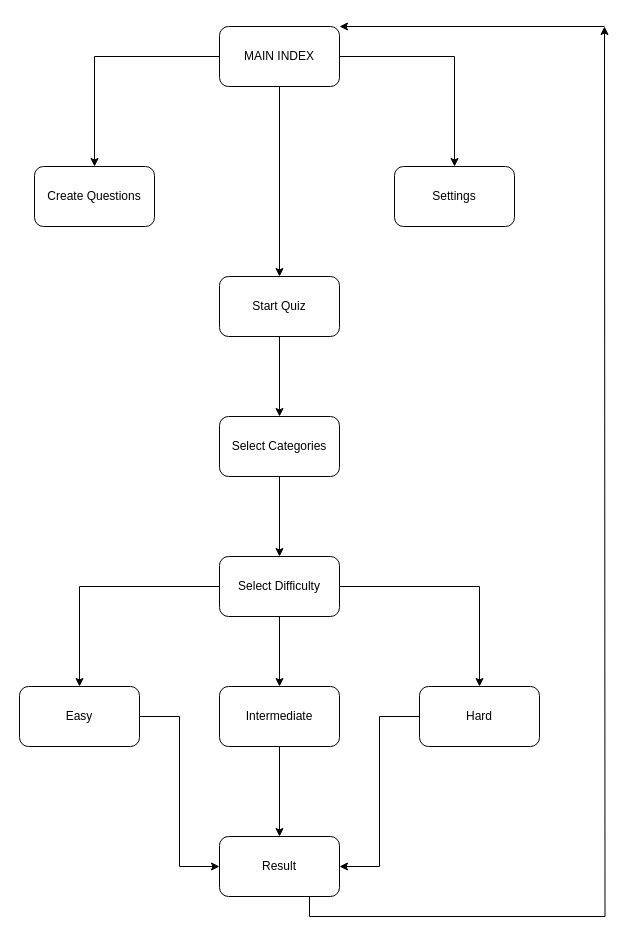
Above: Web-Flow-Diagram.drawio in Kreo141/Group1-302-JS (draw.io), before the change. Source tidied: cells renumbered, new cells numbered last; positions are measured from the earlier drawing's top-left corner, leaving out a move shared by most shapes. Both pictures are drawn from the tidied source at 100%, with x=0, y=0 at pixel (19, 26).
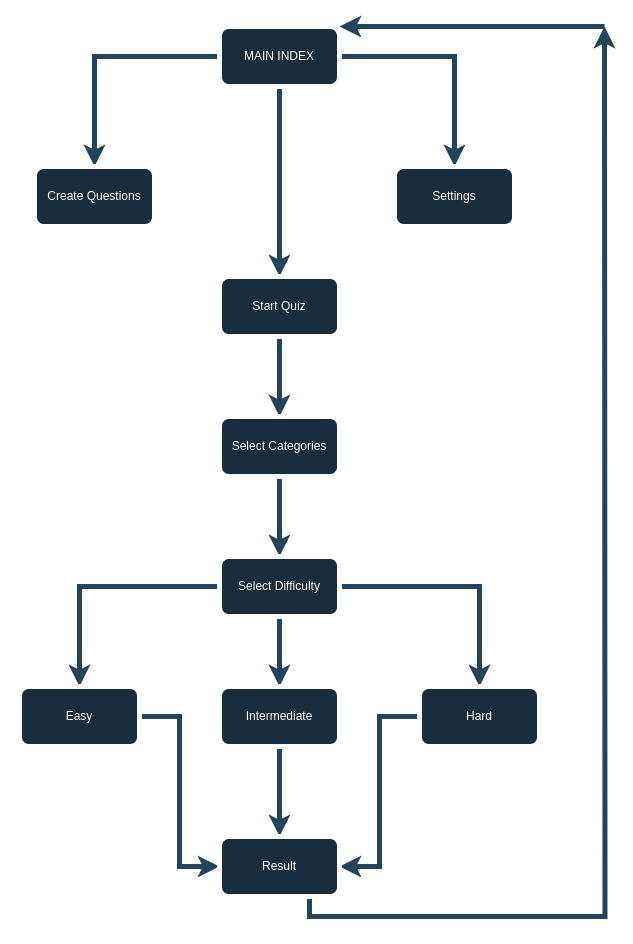
Above is the later version.

Diff of the diagram source:
```diff
@@
-    <mxCell id="2" style="edgeStyle=orthogonalEdgeStyle;rounded=0;jettySize=auto;html=1;" parent="1" edge="1" source="5" target="6">
+    <mxCell id="2" style="edgeStyle=orthogonalEdgeStyle;rounded=0;jettySize=auto;html=1;labelBackgroundColor=none;strokeColor=#23445D;fontColor=default;strokeWidth=5;" parent="1" edge="1" source="5" target="6">
       <mxGeometry relative="1" as="geometry" />
     </mxCell>
-    <mxCell id="3" style="edgeStyle=orthogonalEdgeStyle;rounded=0;jettySize=auto;html=1;" parent="1" edge="1" source="5" target="7">
+    <mxCell id="3" style="edgeStyle=orthogonalEdgeStyle;rounded=0;jettySize=auto;html=1;labelBackgroundColor=none;strokeColor=#23445D;fontColor=default;strokeWidth=5;" parent="1" edge="1" source="5" target="7">
       <mxGeometry relative="1" as="geometry" />
     </mxCell>
-    <mxCell id="4" style="edgeStyle=orthogonalEdgeStyle;rounded=0;jettySize=auto;html=1;" parent="1" edge="1" source="5" target="9">
+    <mxCell id="4" style="edgeStyle=orthogonalEdgeStyle;rounded=0;jettySize=auto;html=1;labelBackgroundColor=none;strokeColor=#23445D;fontColor=default;strokeWidth=5;" parent="1" edge="1" source="5" target="9">
       <mxGeometry relative="1" as="geometry" />
     </mxCell>
-    <mxCell id="5" value="MAIN INDEX" style="rounded=1;whiteSpace=wrap;html=1;strokeColor=#050505;" parent="1" vertex="1">
+    <mxCell id="5" value="MAIN INDEX" style="rounded=1;whiteSpace=wrap;html=1;strokeColor=#FFFFFF;labelBackgroundColor=none;fillColor=#182E3E;fontColor=#FFFFFF;strokeWidth=5;" parent="1" vertex="1">
       <mxGeometry x="200" width="120" height="60" as="geometry" />
     </mxCell>
-    <mxCell id="6" value="Create Questions" style="rounded=1;whiteSpace=wrap;html=1;strokeColor=#050505;" parent="1" vertex="1">
+    <mxCell id="6" value="Create Questions" style="rounded=1;whiteSpace=wrap;html=1;strokeColor=#FFFFFF;labelBackgroundColor=none;fillColor=#182E3E;fontColor=#FFFFFF;strokeWidth=5;" parent="1" vertex="1">
       <mxGeometry x="15" y="140" width="120" height="60" as="geometry" />
     </mxCell>
-    <mxCell id="7" value="Settings" style="whiteSpace=wrap;html=1;strokeColor=#050505;rounded=1;" parent="1" vertex="1">
+    <mxCell id="7" value="Settings" style="whiteSpace=wrap;html=1;strokeColor=#FFFFFF;rounded=1;labelBackgroundColor=none;fillColor=#182E3E;fontColor=#FFFFFF;strokeWidth=5;" parent="1" vertex="1">
       <mxGeometry x="375" y="140" width="120" height="60" as="geometry" />
     </mxCell>
-    <mxCell id="8" style="edgeStyle=orthogonalEdgeStyle;rounded=0;jettySize=auto;html=1;" parent="1" edge="1" source="9" target="11">
+    <mxCell id="8" style="edgeStyle=orthogonalEdgeStyle;rounded=0;jettySize=auto;html=1;labelBackgroundColor=none;strokeColor=#23445D;fontColor=default;strokeWidth=5;" parent="1" edge="1" source="9" target="11">
       <mxGeometry relative="1" as="geometry" />
     </mxCell>
-    <mxCell id="9" value="Start Quiz" style="rounded=1;whiteSpace=wrap;html=1;strokeColor=#050505;" parent="1" vertex="1">
+    <mxCell id="9" value="Start Quiz" style="rounded=1;whiteSpace=wrap;html=1;strokeColor=#FFFFFF;labelBackgroundColor=none;fillColor=#182E3E;fontColor=#FFFFFF;strokeWidth=5;" parent="1" vertex="1">
       <mxGeometry x="200" y="250" width="120" height="60" as="geometry" />
     </mxCell>
-    <mxCell id="10" style="edgeStyle=orthogonalEdgeStyle;rounded=0;jettySize=auto;html=1;" parent="1" edge="1" source="11" target="15">
+    <mxCell id="10" style="edgeStyle=orthogonalEdgeStyle;rounded=0;jettySize=auto;html=1;labelBackgroundColor=none;strokeColor=#23445D;fontColor=default;strokeWidth=5;" parent="1" edge="1" source="11" target="15">
       <mxGeometry relative="1" as="geometry" />
     </mxCell>
-    <mxCell id="11" value="Select Categories" style="rounded=1;whiteSpace=wrap;html=1;strokeColor=#050505;" parent="1" vertex="1">
+    <mxCell id="11" value="Select Categories" style="rounded=1;whiteSpace=wrap;html=1;strokeColor=#FFFFFF;labelBackgroundColor=none;fillColor=#182E3E;fontColor=#FFFFFF;strokeWidth=5;" parent="1" vertex="1">
       <mxGeometry x="200" y="390" width="120" height="60" as="geometry" />
     </mxCell>
-    <mxCell id="12" style="edgeStyle=orthogonalEdgeStyle;rounded=0;jettySize=auto;html=1;" parent="1" edge="1" source="15" target="17">
+    <mxCell id="12" style="edgeStyle=orthogonalEdgeStyle;rounded=0;jettySize=auto;html=1;labelBackgroundColor=none;strokeColor=#23445D;fontColor=default;strokeWidth=5;" parent="1" edge="1" source="15" target="17">
       <mxGeometry relative="1" as="geometry" />
     </mxCell>
-    <mxCell id="13" style="edgeStyle=orthogonalEdgeStyle;rounded=0;jettySize=auto;html=1;" parent="1" edge="1" source="15" target="19">
+    <mxCell id="13" style="edgeStyle=orthogonalEdgeStyle;rounded=0;jettySize=auto;html=1;labelBackgroundColor=none;strokeColor=#23445D;fontColor=default;strokeWidth=5;" parent="1" edge="1" source="15" target="19">
       <mxGeometry relative="1" as="geometry" />
     </mxCell>
-    <mxCell id="14" style="edgeStyle=orthogonalEdgeStyle;rounded=0;jettySize=auto;html=1;" parent="1" edge="1" source="15" target="21">
+    <mxCell id="14" style="edgeStyle=orthogonalEdgeStyle;rounded=0;jettySize=auto;html=1;labelBackgroundColor=none;strokeColor=#23445D;fontColor=default;strokeWidth=5;" parent="1" edge="1" source="15" target="21">
       <mxGeometry relative="1" as="geometry" />
     </mxCell>
-    <mxCell id="15" value="Select&amp;nbsp;&lt;span style=&quot;background-color: initial;&quot;&gt;Difficulty&lt;/span&gt;" style="rounded=1;whiteSpace=wrap;html=1;strokeColor=#050505;" parent="1" vertex="1">
+    <mxCell id="15" value="Select&amp;nbsp;&lt;span style=&quot;background-color: initial;&quot;&gt;Difficulty&lt;/span&gt;" style="rounded=1;whiteSpace=wrap;html=1;strokeColor=#FFFFFF;labelBackgroundColor=none;fillColor=#182E3E;fontColor=#FFFFFF;strokeWidth=5;" parent="1" vertex="1">
       <mxGeometry x="200" y="530" width="120" height="60" as="geometry" />
     </mxCell>
-    <mxCell id="16" style="edgeStyle=orthogonalEdgeStyle;rounded=0;jettySize=auto;html=1;" parent="1" edge="1" source="17" target="23">
+    <mxCell id="16" style="edgeStyle=orthogonalEdgeStyle;rounded=0;jettySize=auto;html=1;labelBackgroundColor=none;strokeColor=#23445D;fontColor=default;strokeWidth=5;" parent="1" edge="1" source="17" target="23">
       <mxGeometry relative="1" as="geometry" />
     </mxCell>
-    <mxCell id="17" value="Intermediate" style="rounded=1;whiteSpace=wrap;html=1;strokeColor=#050505;" parent="1" vertex="1">
+    <mxCell id="17" value="Intermediate" style="rounded=1;whiteSpace=wrap;html=1;strokeColor=#FFFFFF;labelBackgroundColor=none;fillColor=#182E3E;fontColor=#FFFFFF;strokeWidth=5;" parent="1" vertex="1">
       <mxGeometry x="200" y="660" width="120" height="60" as="geometry" />
     </mxCell>
-    <mxCell id="18" style="edgeStyle=orthogonalEdgeStyle;rounded=0;jettySize=auto;html=1;entryX=0;entryY=0.5;entryDx=0;entryDy=0;" parent="1" edge="1" source="19" target="23">
+    <mxCell id="18" style="edgeStyle=orthogonalEdgeStyle;rounded=0;jettySize=auto;html=1;entryX=0;entryY=0.5;entryDx=0;entryDy=0;labelBackgroundColor=none;strokeColor=#23445D;fontColor=default;strokeWidth=5;" parent="1" edge="1" source="19" target="23">
       <mxGeometry relative="1" as="geometry" />
     </mxCell>
-    <mxCell id="19" value="Easy" style="rounded=1;whiteSpace=wrap;html=1;strokeColor=#050505;" parent="1" vertex="1">
+    <mxCell id="19" value="Easy" style="rounded=1;whiteSpace=wrap;html=1;strokeColor=#FFFFFF;labelBackgroundColor=none;fillColor=#182E3E;fontColor=#FFFFFF;strokeWidth=5;" parent="1" vertex="1">
       <mxGeometry y="660" width="120" height="60" as="geometry" />
     </mxCell>
-    <mxCell id="20" style="edgeStyle=orthogonalEdgeStyle;rounded=0;jettySize=auto;html=1;entryX=1;entryY=0.5;entryDx=0;entryDy=0;" parent="1" edge="1" source="21" target="23">
+    <mxCell id="20" style="edgeStyle=orthogonalEdgeStyle;rounded=0;jettySize=auto;html=1;entryX=1;entryY=0.5;entryDx=0;entryDy=0;labelBackgroundColor=none;strokeColor=#23445D;fontColor=default;strokeWidth=5;" parent="1" edge="1" source="21" target="23">
       <mxGeometry relative="1" as="geometry" />
     </mxCell>
-    <mxCell id="21" value="Hard" style="rounded=1;whiteSpace=wrap;html=1;strokeColor=#050505;" parent="1" vertex="1">
+    <mxCell id="21" value="Hard" style="rounded=1;whiteSpace=wrap;html=1;strokeColor=#FFFFFF;labelBackgroundColor=none;fillColor=#182E3E;fontColor=#FFFFFF;strokeWidth=5;" parent="1" vertex="1">
       <mxGeometry x="400" y="660" width="120" height="60" as="geometry" />
     </mxCell>
-    <mxCell id="22" style="edgeStyle=orthogonalEdgeStyle;rounded=0;jettySize=auto;html=1;exitX=0.75;exitY=1;exitDx=0;exitDy=0;" parent="1" edge="1" source="23">
+    <mxCell id="22" style="edgeStyle=orthogonalEdgeStyle;rounded=0;jettySize=auto;html=1;exitX=0.75;exitY=1;exitDx=0;exitDy=0;labelBackgroundColor=none;strokeColor=#23445D;fontColor=default;strokeWidth=5;" parent="1" edge="1" source="23">
       <mxGeometry relative="1" as="geometry">
         <mxPoint x="585" as="targetPoint" />
       </mxGeometry>
     </mxCell>
-    <mxCell id="23" value="Result" style="rounded=1;whiteSpace=wrap;html=1;" parent="1" vertex="1">
+    <mxCell id="23" value="Result" style="rounded=1;whiteSpace=wrap;html=1;labelBackgroundColor=none;fillColor=#182E3E;strokeColor=#FFFFFF;fontColor=#FFFFFF;strokeWidth=5;" parent="1" vertex="1">
       <mxGeometry x="200" y="810" width="120" height="60" as="geometry" />
     </mxCell>
-    <mxCell id="24" style="endArrow=classic;html=1;rounded=0;entryX=1;entryY=0;entryDx=0;entryDy=0;" parent="1" edge="1" target="5">
+    <mxCell id="24" style="endArrow=classic;html=1;rounded=0;entryX=1;entryY=0;entryDx=0;entryDy=0;labelBackgroundColor=none;strokeColor=#23445D;fontColor=default;strokeWidth=5;" parent="1" edge="1" target="5">
       <mxGeometry relative="1" as="geometry">
         <mxPoint x="585" as="sourcePoint" />
       </mxGeometry>
     </mxCell>
```
